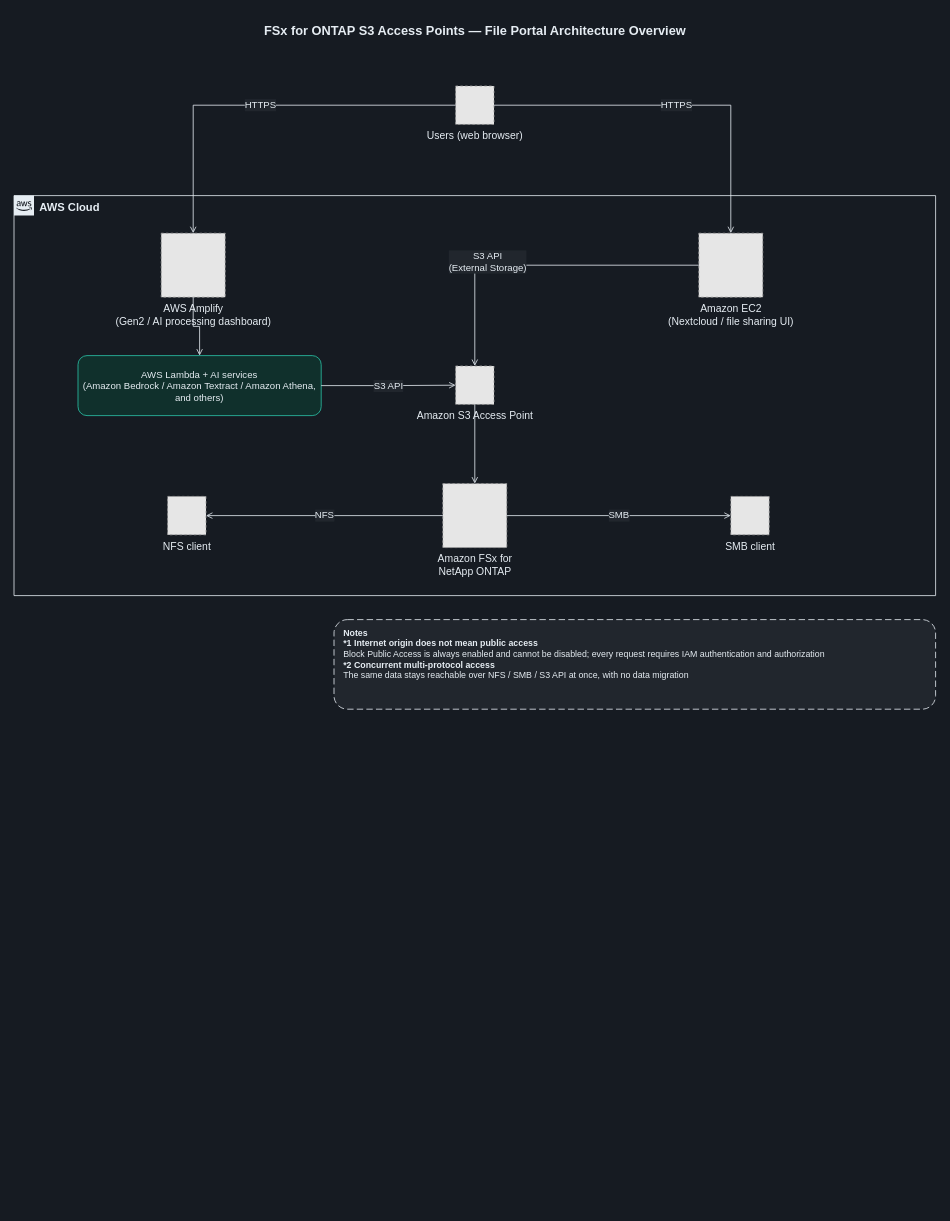
Before: docs/diagrams/dark/architecture-overview-en.drawio in Yoshiki0705/FSx-for-ONTAP-S3AccessPoints-Serverless-Patterns, a draw.io diagram. Source tidied: cells renumbered, new cells numbered last; positions are measured from the earlier drawing's top-left corner, leaving out a move shared by most shapes. Both pictures are drawn from the tidied source at 80%, with x=0, y=0 at pixel (14, 14). Pictures stored in the file or linked from it are replaced by grey dashed boxes.
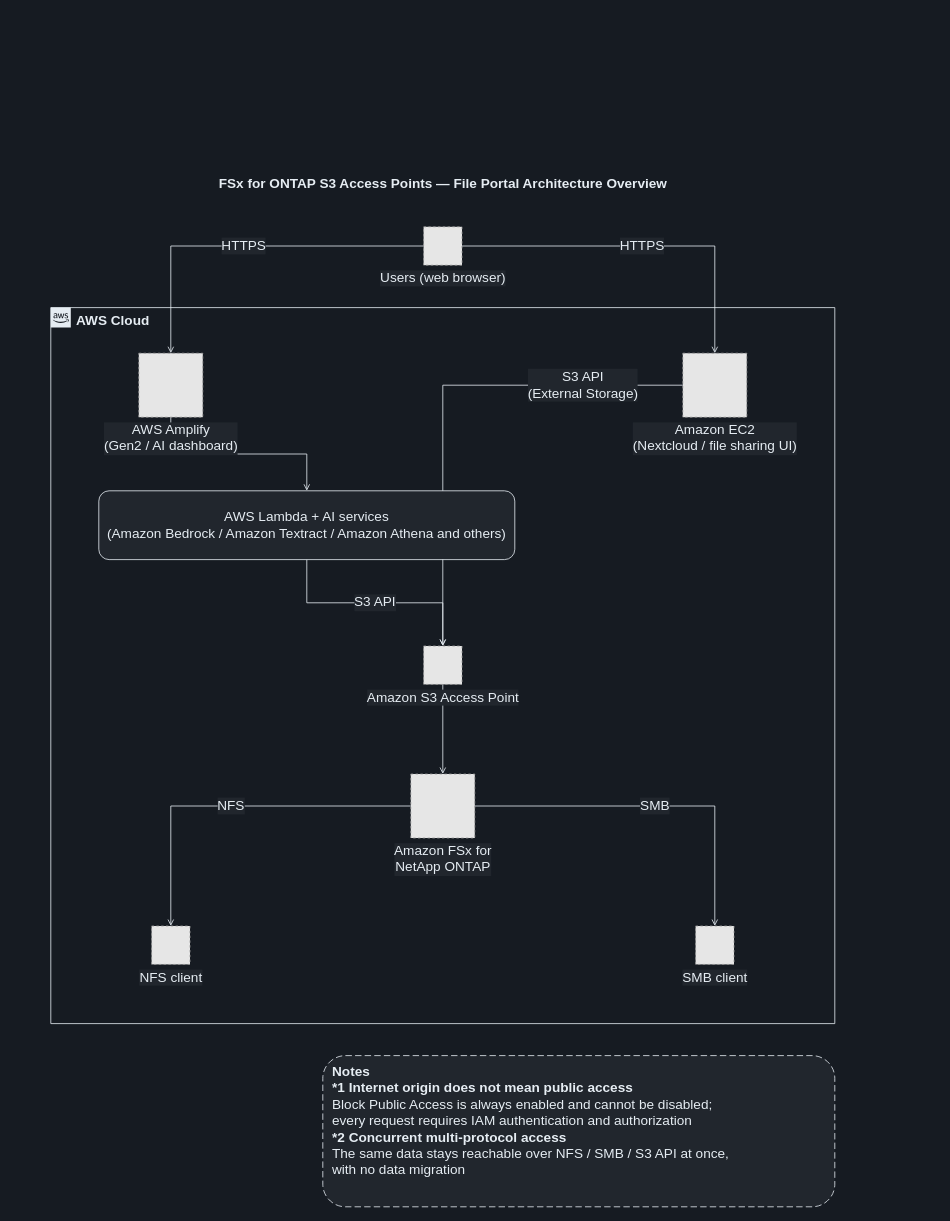
Above is the later version.

The edit, as a diff of the source:
```diff
@@
-    <mxCell id="2" value="FSx for ONTAP S3 Access Points — File Portal Architecture Overview" style="text;html=1;align=center;verticalAlign=middle;fontSize=16;fontStyle=1;fontColor=#E6EDF3;" parent="1" vertex="1">
-      <mxGeometry width="1152" height="42" as="geometry" />
+    <mxCell id="2" value="FSx for ONTAP S3 Access Points — File Portal Architecture Overview" style="text;html=1;align=center;verticalAlign=middle;fontSize=17;fontStyle=1;fontColor=#E6EDF3;" parent="1" vertex="1">
+      <mxGeometry x="46" y="196" width="980" height="34" as="geometry" />
     </mxCell>
-    <mxCell id="3" value="Users (web browser)" style="fillColor=#E6E6E6;strokeColor=#999999;dashed=1;html=1;verticalLabelPosition=bottom;verticalAlign=top;labelPosition=center;align=center;fontSize=13;fontColor=#E6EDF3;" parent="1" vertex="1">
-      <mxGeometry x="552" y="90" width="48" height="48" as="geometry" />
-    </mxCell>
-    <mxCell id="4" value="AWS Cloud" style="gradientColor=none;html=1;whiteSpace=wrap;fontSize=14;fontStyle=1;shape=mxgraph.aws4.group;grIcon=mxgraph.aws4.group_aws_cloud_alt;strokeColor=#E6EDF3;fillColor=none;verticalAlign=top;align=left;spacingLeft=30;fontColor=#E6EDF3;dashed=0;" parent="1" vertex="1">
-      <mxGeometry y="227" width="1152" height="500" as="geometry" />
+    <mxCell id="4" value="AWS Cloud" style="gradientColor=none;html=1;whiteSpace=wrap;fontSize=17;fontStyle=1;shape=mxgraph.aws4.group;grIcon=mxgraph.aws4.group_aws_cloud_alt;strokeColor=#E6EDF3;fillColor=none;verticalAlign=top;align=left;spacingLeft=30;fontColor=#E6EDF3;dashed=0;" parent="1" vertex="1">
+      <mxGeometry x="46" y="367" width="980" height="895" as="geometry" />
     </mxCell>
-    <mxCell id="5" value="AWS Amplify&#10;(Gen2 / AI processing dashboard)" style="fillColor=#E6E6E6;strokeColor=#999999;dashed=1;html=1;verticalLabelPosition=bottom;verticalAlign=top;labelPosition=center;align=center;fontSize=13;fontColor=#E6EDF3;" parent="1" vertex="1">
-      <mxGeometry x="184" y="274" width="80" height="80" as="geometry" />
-    </mxCell>
-    <mxCell id="6" value="Amazon EC2&#10;(Nextcloud / file sharing UI)" style="fillColor=#E6E6E6;strokeColor=#999999;dashed=1;html=1;verticalLabelPosition=bottom;verticalAlign=top;labelPosition=center;align=center;fontSize=13;fontColor=#E6EDF3;" parent="1" vertex="1">
-      <mxGeometry x="856" y="274" width="80" height="80" as="geometry" />
-    </mxCell>
-    <mxCell id="7" value="AWS Lambda + AI services&#10;(Amazon Bedrock / Amazon Textract / Amazon Athena, and others)" style="rounded=1;whiteSpace=wrap;html=1;fillColor=#10302C;strokeColor=#2BC4A9;dashed=0;fontSize=12;fontColor=#E6EDF3;verticalAlign=middle;align=center;" parent="1" vertex="1">
-      <mxGeometry x="80" y="427" width="304" height="75" as="geometry" />
-    </mxCell>
-    <mxCell id="8" value="Amazon S3 Access Point" style="fillColor=#E6E6E6;strokeColor=#999999;dashed=1;html=1;verticalLabelPosition=bottom;verticalAlign=top;labelPosition=center;align=center;fontSize=13;fontColor=#E6EDF3;" parent="1" vertex="1">
-      <mxGeometry x="552" y="440" width="48" height="48" as="geometry" />
-    </mxCell>
-    <mxCell id="9" value="Amazon FSx for&#10;NetApp ONTAP" style="fillColor=#E6E6E6;strokeColor=#999999;dashed=1;html=1;verticalLabelPosition=bottom;verticalAlign=top;labelPosition=center;align=center;fontSize=13;fontColor=#E6EDF3;" parent="1" vertex="1">
-      <mxGeometry x="536" y="587" width="80" height="80" as="geometry" />
-    </mxCell>
-    <mxCell id="10" value="NFS client" style="fillColor=#E6E6E6;strokeColor=#999999;dashed=1;html=1;verticalLabelPosition=bottom;verticalAlign=top;labelPosition=center;align=center;fontSize=13;fontColor=#E6EDF3;" parent="1" vertex="1">
-      <mxGeometry x="192" y="603" width="48" height="48" as="geometry" />
-    </mxCell>
-    <mxCell id="11" value="SMB client" style="fillColor=#E6E6E6;strokeColor=#999999;dashed=1;html=1;verticalLabelPosition=bottom;verticalAlign=top;labelPosition=center;align=center;fontSize=13;fontColor=#E6EDF3;" parent="1" vertex="1">
-      <mxGeometry x="896" y="603" width="48" height="48" as="geometry" />
-    </mxCell>
-    <mxCell id="12" value="HTTPS" style="edgeStyle=orthogonalEdgeStyle;rounded=0;jettySize=auto;html=1;endArrow=open;endFill=0;strokeColor=#E6EDF3;strokeWidth=1;fontSize=12;fontColor=#E6EDF3;labelBackgroundColor=#21262D;" parent="1" edge="1" source="3" target="5">
+    <mxCell id="12" value="HTTPS" style="edgeStyle=orthogonalEdgeStyle;rounded=0;jettySize=auto;html=1;endArrow=open;endFill=0;strokeColor=#E6EDF3;strokeWidth=1;fontSize=17;fontColor=#E6EDF3;labelBackgroundColor=#21262D;" parent="1" edge="1" source="3" target="5">
       <mxGeometry relative="1" as="geometry" />
     </mxCell>
-    <mxCell id="13" value="HTTPS" style="edgeStyle=orthogonalEdgeStyle;rounded=0;jettySize=auto;html=1;endArrow=open;endFill=0;strokeColor=#E6EDF3;strokeWidth=1;fontSize=12;fontColor=#E6EDF3;labelBackgroundColor=#21262D;" parent="1" edge="1" source="3" target="6">
+    <mxCell id="13" value="HTTPS" style="edgeStyle=orthogonalEdgeStyle;rounded=0;jettySize=auto;html=1;endArrow=open;endFill=0;strokeColor=#E6EDF3;strokeWidth=1;fontSize=17;fontColor=#E6EDF3;labelBackgroundColor=#21262D;" parent="1" edge="1" source="3" target="6">
       <mxGeometry relative="1" as="geometry" />
     </mxCell>
-    <mxCell id="14" style="edgeStyle=orthogonalEdgeStyle;rounded=0;jettySize=auto;html=1;endArrow=open;endFill=0;strokeColor=#E6EDF3;strokeWidth=1;fontSize=12;fontColor=#E6EDF3;labelBackgroundColor=#21262D;" parent="1" edge="1" source="5" target="7">
-      <mxGeometry relative="1" as="geometry" />
-    </mxCell>
+    <mxCell id="21" style="edgeStyle=orthogonalEdgeStyle;rounded=0;jettySize=auto;html=1;endArrow=open;endFill=0;strokeColor=#E6EDF3;strokeWidth=1;fontSize=17;fontColor=#E6EDF3;labelBackgroundColor=#21262D;" parent="1" edge="1" source="5" target="22">
+      <mxGeometry relative="1" as="geometry" />
+    </mxCell>
-    <mxCell id="15" value="S3 API" style="edgeStyle=orthogonalEdgeStyle;rounded=0;jettySize=auto;html=1;endArrow=open;endFill=0;strokeColor=#E6EDF3;strokeWidth=1;fontSize=12;fontColor=#E6EDF3;labelBackgroundColor=#21262D;" parent="1" edge="1" source="7" target="8">
+    <mxCell id="15" value="S3 API" style="edgeStyle=orthogonalEdgeStyle;rounded=0;jettySize=auto;html=1;endArrow=open;endFill=0;strokeColor=#E6EDF3;strokeWidth=1;fontSize=17;fontColor=#E6EDF3;labelBackgroundColor=#21262D;" parent="1" edge="1" source="22" target="8">
       <mxGeometry relative="1" as="geometry" />
     </mxCell>
-    <mxCell id="16" value="S3 API&#10;(External Storage)" style="edgeStyle=orthogonalEdgeStyle;rounded=0;jettySize=auto;html=1;endArrow=open;endFill=0;strokeColor=#E6EDF3;strokeWidth=1;fontSize=12;fontColor=#E6EDF3;labelBackgroundColor=#21262D;" parent="1" edge="1" source="6" target="8">
-      <mxGeometry x="0.3" relative="1" as="geometry">
-        <mxPoint y="-4" as="offset" />
-      </mxGeometry>
+    <mxCell id="16" value="S3 API&lt;br&gt;(External Storage)" style="edgeStyle=orthogonalEdgeStyle;rounded=0;jettySize=auto;html=1;endArrow=open;endFill=0;strokeColor=#E6EDF3;strokeWidth=1;fontSize=17;fontColor=#E6EDF3;labelBackgroundColor=#21262D;" parent="1" edge="1" source="6" target="8">
+      <mxGeometry x="-0.6" relative="1" as="geometry" />
     </mxCell>
-    <mxCell id="17" style="edgeStyle=orthogonalEdgeStyle;rounded=0;jettySize=auto;html=1;endArrow=open;endFill=0;strokeColor=#E6EDF3;strokeWidth=1;fontSize=12;fontColor=#E6EDF3;labelBackgroundColor=#21262D;" parent="1" edge="1" source="8" target="9">
+    <mxCell id="17" style="edgeStyle=orthogonalEdgeStyle;rounded=0;jettySize=auto;html=1;endArrow=open;endFill=0;strokeColor=#E6EDF3;strokeWidth=1;fontSize=17;fontColor=#E6EDF3;labelBackgroundColor=#21262D;" parent="1" edge="1" source="8" target="9">
       <mxGeometry relative="1" as="geometry" />
     </mxCell>
-    <mxCell id="18" value="NFS" style="edgeStyle=orthogonalEdgeStyle;rounded=0;jettySize=auto;html=1;endArrow=open;endFill=0;strokeColor=#E6EDF3;strokeWidth=1;fontSize=12;fontColor=#E6EDF3;labelBackgroundColor=#21262D;" parent="1" edge="1" source="9" target="10">
+    <mxCell id="18" value="NFS" style="edgeStyle=orthogonalEdgeStyle;rounded=0;jettySize=auto;html=1;endArrow=open;endFill=0;strokeColor=#E6EDF3;strokeWidth=1;fontSize=17;fontColor=#E6EDF3;labelBackgroundColor=#21262D;" parent="1" edge="1" source="9" target="10">
       <mxGeometry relative="1" as="geometry" />
     </mxCell>
-    <mxCell id="19" value="SMB" style="edgeStyle=orthogonalEdgeStyle;rounded=0;jettySize=auto;html=1;endArrow=open;endFill=0;strokeColor=#E6EDF3;strokeWidth=1;fontSize=12;fontColor=#E6EDF3;labelBackgroundColor=#21262D;" parent="1" edge="1" source="9" target="11">
+    <mxCell id="19" value="SMB" style="edgeStyle=orthogonalEdgeStyle;rounded=0;jettySize=auto;html=1;endArrow=open;endFill=0;strokeColor=#E6EDF3;strokeWidth=1;fontSize=17;fontColor=#E6EDF3;labelBackgroundColor=#21262D;" parent="1" edge="1" source="9" target="11">
       <mxGeometry relative="1" as="geometry" />
     </mxCell>
+    <mxCell id="3" value="Users (web browser)" style="fillColor=#E6E6E6;strokeColor=#999999;dashed=1;html=1;verticalLabelPosition=bottom;verticalAlign=top;labelPosition=center;align=center;fontSize=17;fontColor=#E6EDF3;labelBackgroundColor=#21262D;" parent="1" vertex="1">
+      <mxGeometry x="512" y="266" width="48" height="48" as="geometry" />
+    </mxCell>
+    <mxCell id="5" value="AWS Amplify&lt;br&gt;(Gen2 / AI dashboard)" style="fillColor=#E6E6E6;strokeColor=#999999;dashed=1;html=1;verticalLabelPosition=bottom;verticalAlign=top;labelPosition=center;align=center;fontSize=17;fontColor=#E6EDF3;labelBackgroundColor=#21262D;" parent="1" vertex="1">
+      <mxGeometry x="156" y="424" width="80" height="80" as="geometry" />
+    </mxCell>
+    <mxCell id="6" value="Amazon EC2&lt;br&gt;(Nextcloud / file sharing UI)" style="fillColor=#E6E6E6;strokeColor=#999999;dashed=1;html=1;verticalLabelPosition=bottom;verticalAlign=top;labelPosition=center;align=center;fontSize=17;fontColor=#E6EDF3;labelBackgroundColor=#21262D;" parent="1" vertex="1">
+      <mxGeometry x="836" y="424" width="80" height="80" as="geometry" />
+    </mxCell>
+    <mxCell id="22" value="AWS Lambda + AI services&lt;br&gt;(Amazon Bedrock / Amazon Textract / Amazon Athena and others)" style="rounded=1;whiteSpace=wrap;html=1;dashed=0;strokeColor=#E6EDF3;fillColor=#21262D;align=center;verticalAlign=middle;fontSize=17;fontColor=#E6EDF3;" parent="1" vertex="1">
+      <mxGeometry x="106" y="596" width="520" height="86" as="geometry" />
+    </mxCell>
+    <mxCell id="8" value="Amazon S3 Access Point" style="fillColor=#E6E6E6;strokeColor=#999999;dashed=1;html=1;verticalLabelPosition=bottom;verticalAlign=top;labelPosition=center;align=center;fontSize=17;fontColor=#E6EDF3;labelBackgroundColor=#21262D;" parent="1" vertex="1">
+      <mxGeometry x="512" y="790" width="48" height="48" as="geometry" />
+    </mxCell>
+    <mxCell id="9" value="Amazon FSx for&lt;br&gt;NetApp ONTAP" style="fillColor=#E6E6E6;strokeColor=#999999;dashed=1;html=1;verticalLabelPosition=bottom;verticalAlign=top;labelPosition=center;align=center;fontSize=17;fontColor=#E6EDF3;labelBackgroundColor=#21262D;" parent="1" vertex="1">
+      <mxGeometry x="496" y="950" width="80" height="80" as="geometry" />
+    </mxCell>
+    <mxCell id="10" value="NFS client" style="fillColor=#E6E6E6;strokeColor=#999999;dashed=1;html=1;verticalLabelPosition=bottom;verticalAlign=top;labelPosition=center;align=center;fontSize=17;fontColor=#E6EDF3;labelBackgroundColor=#21262D;" parent="1" vertex="1">
+      <mxGeometry x="172" y="1140" width="48" height="48" as="geometry" />
+    </mxCell>
+    <mxCell id="11" value="SMB client" style="fillColor=#E6E6E6;strokeColor=#999999;dashed=1;html=1;verticalLabelPosition=bottom;verticalAlign=top;labelPosition=center;align=center;fontSize=17;fontColor=#E6EDF3;labelBackgroundColor=#21262D;" parent="1" vertex="1">
+      <mxGeometry x="852" y="1140" width="48" height="48" as="geometry" />
+    </mxCell>
-    <mxCell id="20" value="&lt;b&gt;Notes&lt;/b&gt;&lt;br&gt;&lt;b&gt;*1 Internet origin does not mean public access&lt;/b&gt;&lt;br&gt;Block Public Access is always enabled and cannot be disabled; every request requires IAM authentication and authorization&lt;br&gt;&lt;b&gt;*2 Concurrent multi-protocol access&lt;/b&gt;&lt;br&gt;The same data stays reachable over NFS / SMB / S3 API at once, with no data migration" style="rounded=1;whiteSpace=wrap;html=1;dashed=1;dashPattern=8 4;strokeColor=#E6EDF3;fillColor=#21262D;align=left;verticalAlign=top;spacingLeft=10;spacingTop=4;fontSize=11;fontColor=#E6EDF3;" parent="1" vertex="1">
-      <mxGeometry x="400" y="757" width="752" height="112" as="geometry" />
+    <mxCell id="20" value="&lt;b&gt;Notes&lt;/b&gt;&lt;br&gt;&lt;b&gt;*1 Internet origin does not mean public access&lt;/b&gt;&lt;br&gt;Block Public Access is always enabled and cannot be disabled;&lt;br&gt;every request requires IAM authentication and authorization&lt;br&gt;&lt;b&gt;*2 Concurrent multi-protocol access&lt;/b&gt;&lt;br&gt;The same data stays reachable over NFS / SMB / S3 API at once,&lt;br&gt;with no data migration" style="rounded=1;whiteSpace=wrap;html=1;dashed=1;dashPattern=8 4;strokeColor=#E6EDF3;fillColor=#21262D;align=left;verticalAlign=top;spacingLeft=10;spacingTop=4;fontSize=17;fontColor=#E6EDF3;" parent="1" vertex="1">
+      <mxGeometry x="386" y="1302" width="640" height="189" as="geometry" />
     </mxCell>
```
